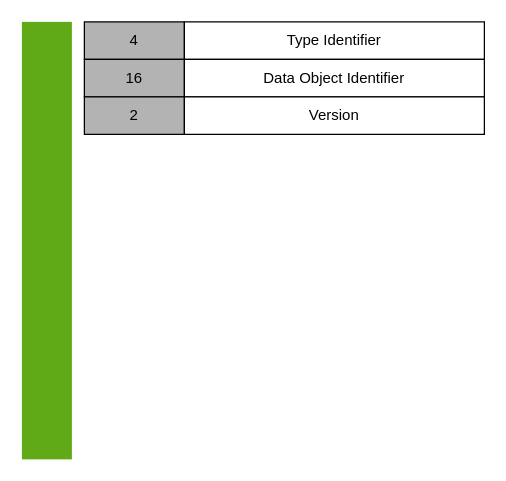
This is dhp/ZTDO.structure.drawio from wenhulove333/opendhp, a draw.io file, before an edit. Source tidied: cells renumbered, new cells numbered last; positions are measured from the earlier drawing's top-left corner, leaving out a move shared by most shapes. Both pictures are drawn from the tidied source at 125%, with x=0, y=0 at pixel (21, 21).
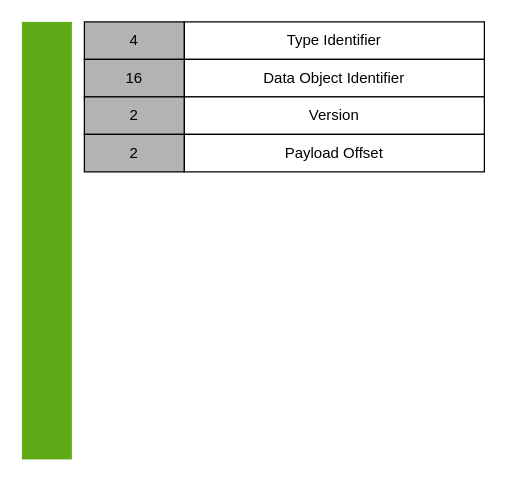
Above is the later version.

Change to the diagram source:
```diff
@@
 <mxGraphModel>
   <root>
     <mxCell id="0" />
     <mxCell id="1" parent="0" />
     <mxCell id="2" style="rounded=0;whiteSpace=wrap;html=1;fillColor=#60a917;fontColor=#ffffff;strokeColor=none;" parent="1" vertex="1">
       <mxGeometry width="40" height="350" as="geometry" />
     </mxCell>
     <mxCell id="3" value="4" style="rounded=0;whiteSpace=wrap;html=1;fillColor=#B3B3B3;strokeColor=default;" parent="1" vertex="1">
       <mxGeometry x="50" width="80" height="30" as="geometry" />
     </mxCell>
     <mxCell id="4" value="Type Identifier" style="rounded=0;whiteSpace=wrap;html=1;" parent="1" vertex="1">
       <mxGeometry x="130" width="240" height="30" as="geometry" />
     </mxCell>
     <mxCell id="5" value="16" style="rounded=0;whiteSpace=wrap;html=1;fillColor=#B3B3B3;strokeColor=default;" parent="1" vertex="1">
       <mxGeometry x="50" y="30" width="80" height="30" as="geometry" />
     </mxCell>
     <mxCell id="6" value="Data Object Identifier" style="rounded=0;whiteSpace=wrap;html=1;" parent="1" vertex="1">
       <mxGeometry x="130" y="30" width="240" height="30" as="geometry" />
     </mxCell>
     <mxCell id="7" value="2" style="rounded=0;whiteSpace=wrap;html=1;fillColor=#B3B3B3;strokeColor=default;" parent="1" vertex="1">
       <mxGeometry x="50" y="60" width="80" height="30" as="geometry" />
     </mxCell>
     <mxCell id="8" value="Version" style="rounded=0;whiteSpace=wrap;html=1;" parent="1" vertex="1">
       <mxGeometry x="130" y="60" width="240" height="30" as="geometry" />
     </mxCell>
+    <mxCell id="9" value="2" style="rounded=0;whiteSpace=wrap;html=1;fillColor=#B3B3B3;strokeColor=default;" parent="1" vertex="1">
+      <mxGeometry x="50" y="90" width="80" height="30" as="geometry" />
+    </mxCell>
+    <mxCell id="10" value="Payload Offset" style="rounded=0;whiteSpace=wrap;html=1;" parent="1" vertex="1">
+      <mxGeometry x="130" y="90" width="240" height="30" as="geometry" />
+    </mxCell>
   </root>
 </mxGraphModel>
```
